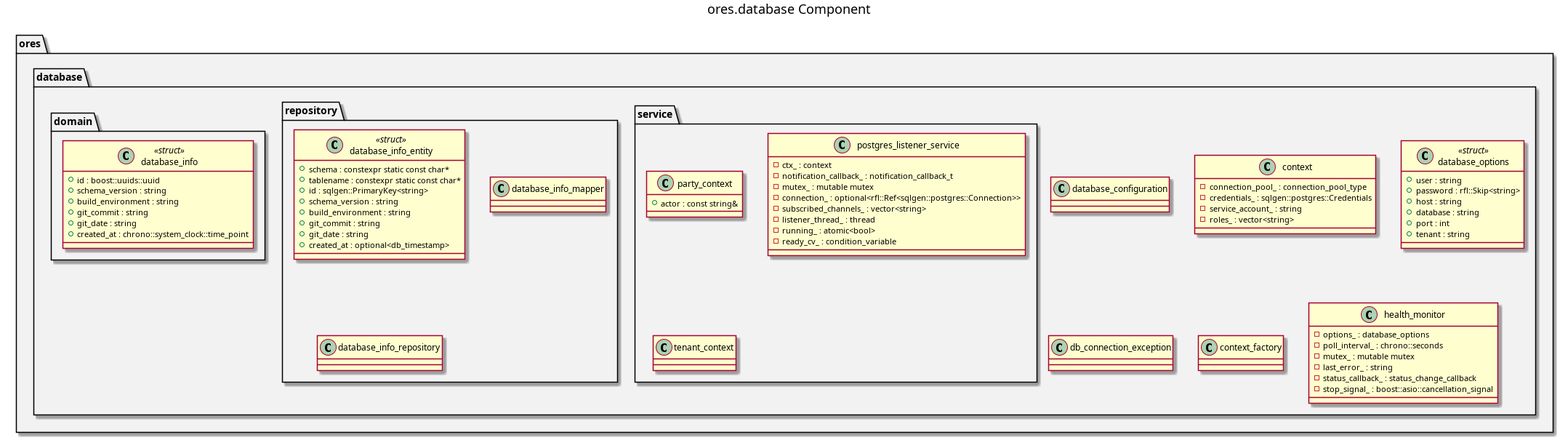
This is projects/ores.database/modeling/ores.database.png from OreStudio/OreStudio, a PlantUML export, as it was before one commit. Its source is kept beside it as projects/ores.database/modeling/ores.database.puml. Source of this version:
```plantuml
@startuml

title ores.database Component

set namespaceSeparator ::

namespace ores #F2F2F2 {
    namespace database #F2F2F2 {
        class database_configuration {
        }
        class context {
            -connection_pool_ : connection_pool_type
            -credentials_ : sqlgen::postgres::Credentials
            -service_account_ : string
            -roles_ : vector<string>
        }
        class database_options <<struct>> {
            +user : string
            +password : rfl::Skip<string>
            +host : string
            +database : string
            +port : int
            +tenant : string
        }
        class db_connection_exception {
        }
        class context_factory {
        }
        class health_monitor {
            -options_ : database_options
            -poll_interval_ : chrono::seconds
            -mutex_ : mutable mutex
            -last_error_ : string
            -status_callback_ : status_change_callback
            -stop_signal_ : boost::asio::cancellation_signal
        }
        namespace domain #F2F2F2 {
            class database_info <<struct>> {
                +id : boost::uuids::uuid
                +schema_version : string
                +build_environment : string
                +git_commit : string
                +git_date : string
                +created_at : chrono::system_clock::time_point
            }
        }
        namespace repository #F2F2F2 {
            class database_info_entity <<struct>> {
                +schema : constexpr static const char*
                +tablename : constexpr static const char*
                +id : sqlgen::PrimaryKey<string>
                +schema_version : string
                +build_environment : string
                +git_commit : string
                +git_date : string
                +created_at : optional<db_timestamp>
            }
            class database_info_mapper {
            }
            class database_info_repository {
            }
        }
        namespace service #F2F2F2 {
            class party_context {
                +actor : const string&
            }
            class postgres_listener_service {
                -ctx_ : context
                -notification_callback_ : notification_callback_t
                -mutex_ : mutable mutex
                -connection_ : optional<rfl::Ref<sqlgen::postgres::Connection>>
                -subscribed_channels_ : vector<string>
                -listener_thread_ : thread
                -running_ : atomic<bool>
                -ready_cv_ : condition_variable
            }
            class tenant_context {
            }
        }
    }
}


@enduml
```
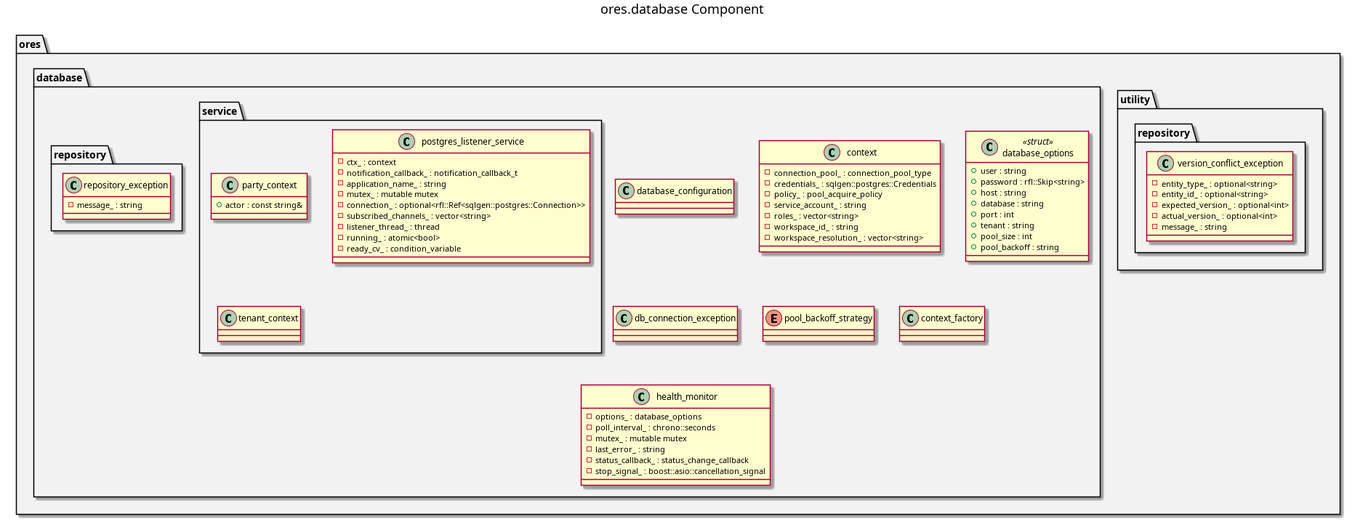
Above is the later version.

Commit message:
[database] Answer the review: fix the script and the diagram

Diff of the diagram source:
```diff
@@ -11,8 +11,11 @@
         class context {
             -connection_pool_ : connection_pool_type
             -credentials_ : sqlgen::postgres::Credentials
+            -policy_ : pool_acquire_policy
             -service_account_ : string
             -roles_ : vector<string>
+            -workspace_id_ : string
+            -workspace_resolution_ : vector<string>
         }
         class database_options <<struct>> {
             +user : string
@@ -21,8 +24,12 @@
             +database : string
             +port : int
             +tenant : string
+            +pool_size : int
+            +pool_backoff : string
         }
         class db_connection_exception {
+        }
+        enum pool_backoff_strategy {
         }
         class context_factory {
         }
@@ -34,30 +41,9 @@
             -status_callback_ : status_change_callback
             -stop_signal_ : boost::asio::cancellation_signal
         }
-        namespace domain #F2F2F2 {
-            class database_info <<struct>> {
-                +id : boost::uuids::uuid
-                +schema_version : string
-                +build_environment : string
-                +git_commit : string
-                +git_date : string
-                +created_at : chrono::system_clock::time_point
-            }
-        }
         namespace repository #F2F2F2 {
-            class database_info_entity <<struct>> {
-                +schema : constexpr static const char*
-                +tablename : constexpr static const char*
-                +id : sqlgen::PrimaryKey<string>
-                +schema_version : string
-                +build_environment : string
-                +git_commit : string
-                +git_date : string
-                +created_at : optional<db_timestamp>
-            }
-            class database_info_mapper {
-            }
-            class database_info_repository {
+            class repository_exception {
+                -message_ : string
             }
         }
         namespace service #F2F2F2 {
@@ -67,6 +53,7 @@
             class postgres_listener_service {
                 -ctx_ : context
                 -notification_callback_ : notification_callback_t
+                -application_name_ : string
                 -mutex_ : mutable mutex
                 -connection_ : optional<rfl::Ref<sqlgen::postgres::Connection>>
                 -subscribed_channels_ : vector<string>
@@ -78,6 +65,17 @@
             }
         }
     }
+    namespace utility #F2F2F2 {
+        namespace repository #F2F2F2 {
+            class version_conflict_exception {
+                -entity_type_ : optional<string>
+                -entity_id_ : optional<string>
+                -expected_version_ : optional<int>
+                -actual_version_ : optional<int>
+                -message_ : string
+            }
+        }
+    }
 }
 
 
```
